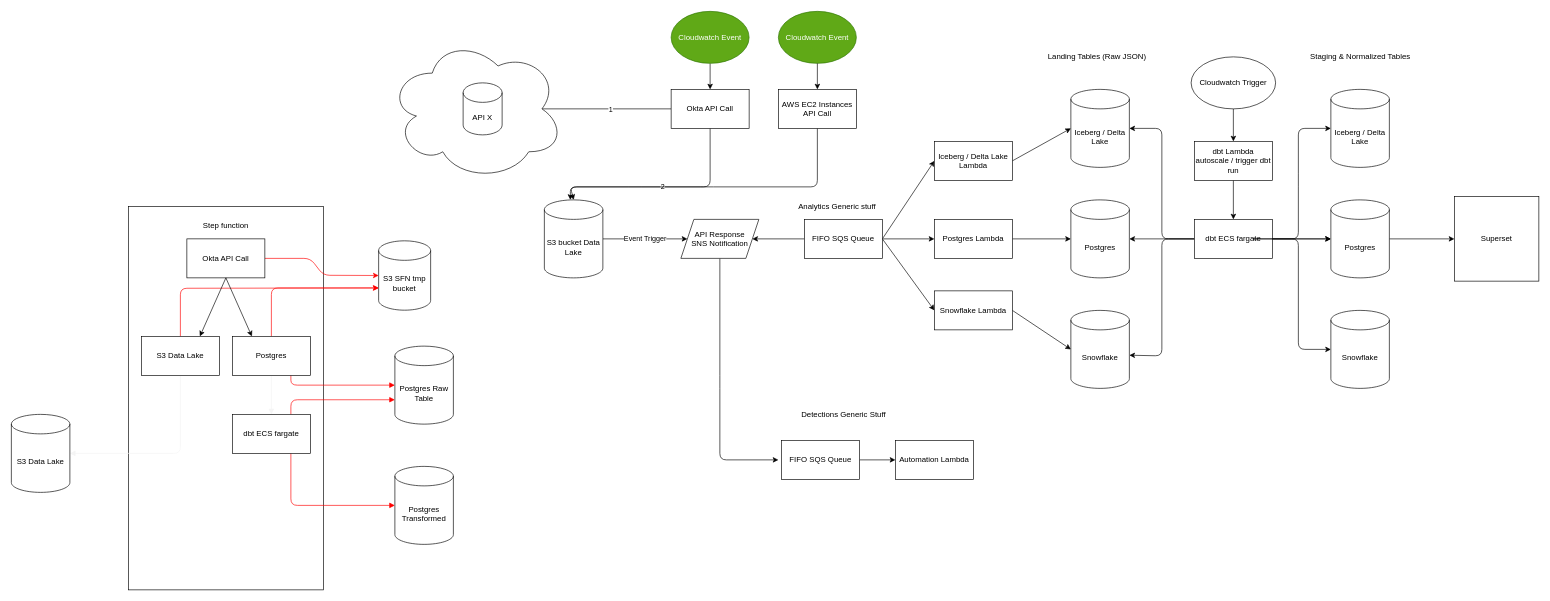
Above: integrations/unions/process.drawio in kai-ten/Circulate-archive (draw.io), before the change. Source tidied: cells renumbered, new cells numbered last; positions are measured from the earlier drawing's top-left corner, leaving out a move shared by most shapes. Both pictures are drawn from the tidied source at 65%, with x=0, y=0 at pixel (11, 11).
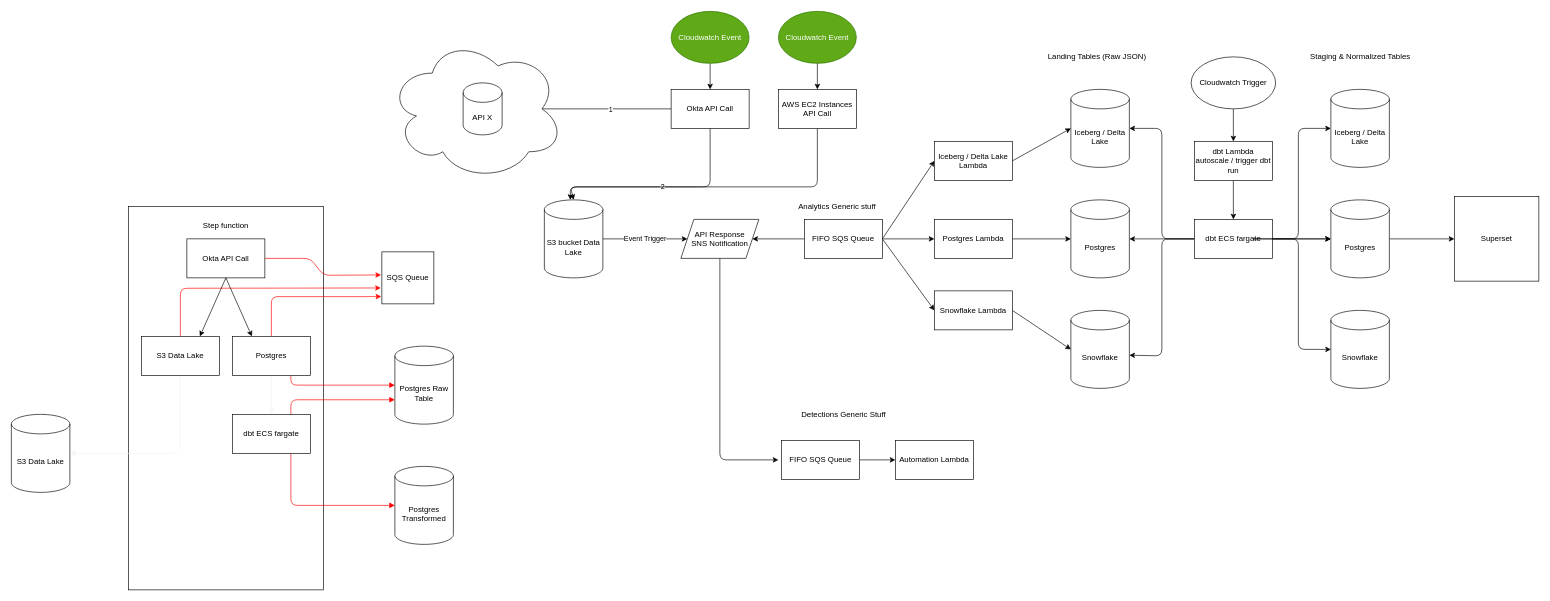
The same page after the edit.

Unchanged cells that the change refers to:
```xml
<mxCell id="60" value="Okta API Call" style="rounded=0;whiteSpace=wrap;html=1;" parent="1" vertex="1">
  <mxGeometry x="270" y="350" width="120" height="60" as="geometry" />
</mxCell>
<mxCell id="65" value="S3 Data Lake" style="rounded=0;whiteSpace=wrap;html=1;" parent="1" vertex="1">
  <mxGeometry x="200" y="500" width="120" height="60" as="geometry" />
</mxCell>
<mxCell id="69" value="Postgres" style="rounded=0;whiteSpace=wrap;html=1;" parent="1" vertex="1">
  <mxGeometry x="340" y="500" width="120" height="60" as="geometry" />
</mxCell>
```

The edit, as a diff of the source:
```diff
@@
+    <mxCell id="78" value="&lt;span style=&quot;font-size: 12px;&quot;&gt;SQS Queue&lt;/span&gt;" style="whiteSpace=wrap;html=1;fontFamily=Helvetica;fontSize=1;fontColor=default;" parent="1" vertex="1">
+      <mxGeometry x="570" y="370" width="80" height="80" as="geometry" />
+    </mxCell>
@@
-    <mxCell id="59" style="edgeStyle=none;html=1;exitX=1;exitY=0.5;exitDx=0;exitDy=0;entryX=0;entryY=0.5;entryDx=0;entryDy=0;entryPerimeter=0;strokeColor=#FF0000;" parent="1" edge="1" source="60" target="62">
+    <mxCell id="59" style="edgeStyle=none;html=1;exitX=1;exitY=0.5;exitDx=0;exitDy=0;entryX=-0.016;entryY=0.444;entryDx=0;entryDy=0;entryPerimeter=0;strokeColor=#FF0000;" parent="1" edge="1" source="60" target="78">
       <mxGeometry relative="1" as="geometry">
         <Array as="points">
           <mxPoint x="460" y="380" />
           <mxPoint x="480" y="406" />
         </Array>
       </mxGeometry>
     </mxCell>
@@
-    <mxCell id="62" value="S3 SFN tmp bucket" style="shape=cylinder3;whiteSpace=wrap;html=1;boundedLbl=1;backgroundOutline=1;size=15;" parent="1" vertex="1">
-      <mxGeometry x="565" y="353" width="80" height="106.7" as="geometry" />
-    </mxCell>
-    <mxCell id="63" style="edgeStyle=none;html=1;exitX=0.5;exitY=0;exitDx=0;exitDy=0;entryX=0;entryY=0;entryDx=0;entryDy=72.5025;entryPerimeter=0;fillColor=#FF0000;strokeColor=#FF0000;" parent="1" edge="1" source="65" target="62">
+    <mxCell id="63" style="edgeStyle=none;html=1;exitX=0.5;exitY=0;exitDx=0;exitDy=0;entryX=-0.021;entryY=0.694;entryDx=0;entryDy=0;entryPerimeter=0;fillColor=#FF0000;strokeColor=#FF0000;" parent="1" edge="1" source="65" target="78">
       <mxGeometry relative="1" as="geometry">
         <Array as="points">
           <mxPoint x="260" y="426" />
         </Array>
       </mxGeometry>
     </mxCell>
@@
-    <mxCell id="66" style="edgeStyle=orthogonalEdgeStyle;html=1;exitX=0.5;exitY=0;exitDx=0;exitDy=0;entryX=0;entryY=0;entryDx=0;entryDy=72.5025;entryPerimeter=0;strokeColor=#FF0000;" parent="1" edge="1" source="69" target="62">
+    <mxCell id="66" style="edgeStyle=orthogonalEdgeStyle;html=1;exitX=0.5;exitY=0;exitDx=0;exitDy=0;strokeColor=#FF0000;entryX=-0.012;entryY=0.86;entryDx=0;entryDy=0;entryPerimeter=0;" parent="1" edge="1" source="69" target="78">
       <mxGeometry relative="1" as="geometry" />
     </mxCell>
```
